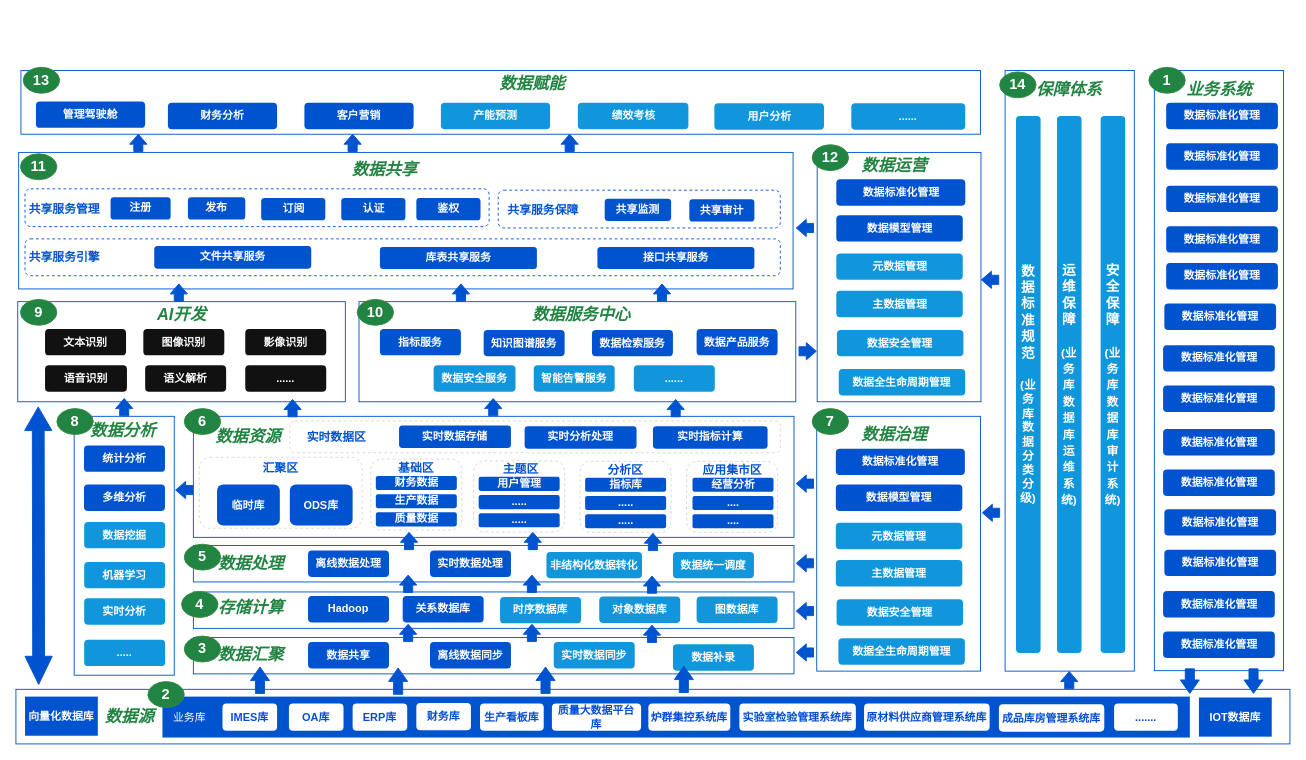
Earlier version of the draw.io diagram 数据.drawio (Niujieheng/GitHub_june). Source tidied: cells renumbered, new cells numbered last; positions are measured from the earlier drawing's top-left corner, leaving out a move shared by most shapes. Both pictures are drawn from the tidied source at 91%, with x=0, y=0 at pixel (15, 66).
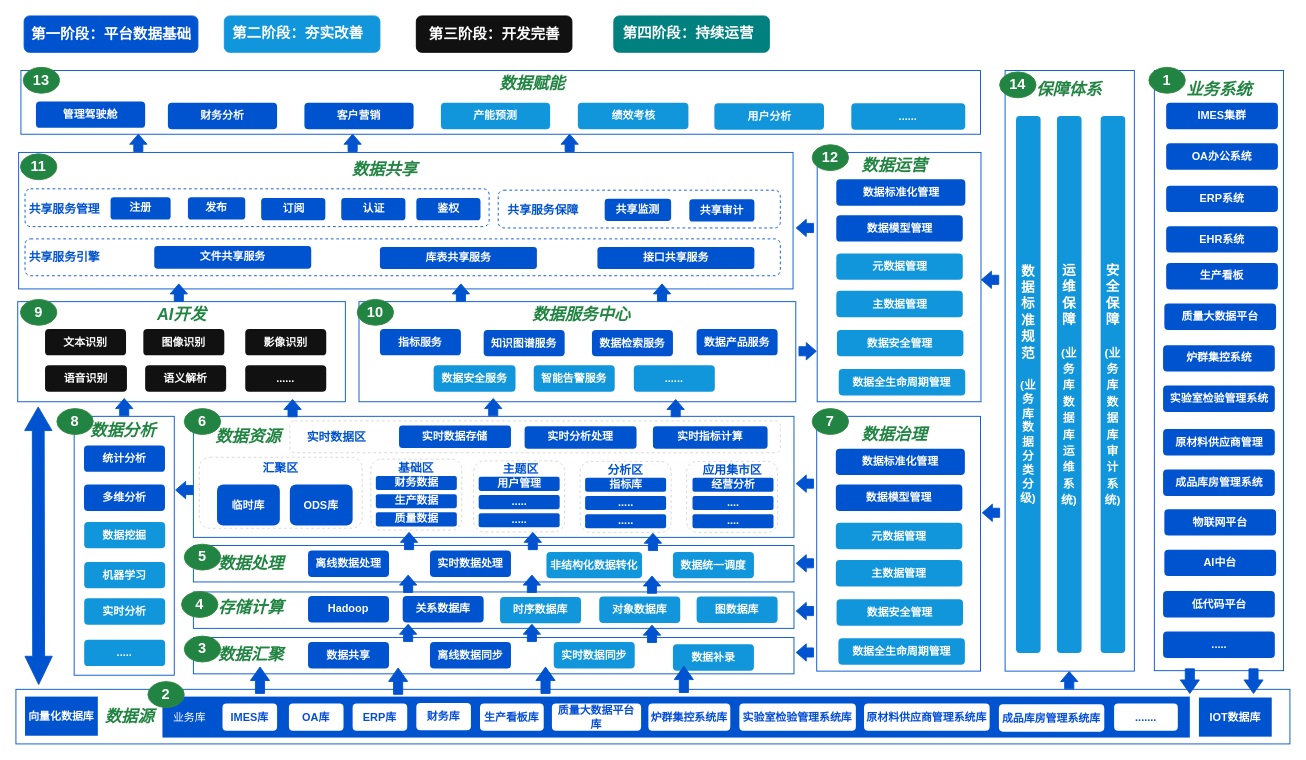
The same diagram, later.

Change to the diagram source:
```diff
@@
-    <mxCell id="143" value="&lt;font style=&quot;color: light-dark(rgb(255, 255, 255), rgb(237, 237, 237));&quot;&gt;&lt;b style=&quot;&quot;&gt;数据标准化管理&lt;/b&gt;&lt;/font&gt;" style="text;html=1;whiteSpace=wrap;strokeColor=none;fillColor=light-dark(#0053cf, #ededed);align=center;verticalAlign=middle;rounded=1;" parent="1" vertex="1">
+    <mxCell id="143" value="&lt;font style=&quot;color: light-dark(rgb(255, 255, 255), rgb(237, 237, 237));&quot;&gt;&lt;b style=&quot;&quot;&gt;IMES集群&lt;/b&gt;&lt;/font&gt;" style="text;html=1;whiteSpace=wrap;strokeColor=none;fillColor=light-dark(#0053cf, #ededed);align=center;verticalAlign=middle;rounded=1;" parent="1" vertex="1">
       <mxGeometry x="1264" y="40.5" width="122.8" height="29" as="geometry" />
     </mxCell>
-    <mxCell id="144" value="&lt;font style=&quot;color: light-dark(rgb(255, 255, 255), rgb(237, 237, 237));&quot;&gt;&lt;b style=&quot;&quot;&gt;数据标准化管理&lt;/b&gt;&lt;/font&gt;" style="text;html=1;whiteSpace=wrap;strokeColor=none;fillColor=light-dark(#0053cf, #ededed);align=center;verticalAlign=middle;rounded=1;" parent="1" vertex="1">
+    <mxCell id="144" value="&lt;font style=&quot;color: light-dark(rgb(255, 255, 255), rgb(237, 237, 237));&quot;&gt;&lt;b style=&quot;&quot;&gt;OA办公系统&lt;/b&gt;&lt;/font&gt;" style="text;html=1;whiteSpace=wrap;strokeColor=none;fillColor=light-dark(#0053cf, #ededed);align=center;verticalAlign=middle;rounded=1;" parent="1" vertex="1">
       <mxGeometry x="1264" y="85" width="122.8" height="29" as="geometry" />
     </mxCell>
-    <mxCell id="145" value="&lt;font style=&quot;color: light-dark(rgb(255, 255, 255), rgb(237, 237, 237));&quot;&gt;&lt;b style=&quot;&quot;&gt;数据标准化管理&lt;/b&gt;&lt;/font&gt;" style="text;html=1;whiteSpace=wrap;strokeColor=none;fillColor=light-dark(#0053cf, #ededed);align=center;verticalAlign=middle;rounded=1;" parent="1" vertex="1">
+    <mxCell id="145" value="&lt;font style=&quot;color: light-dark(rgb(255, 255, 255), rgb(237, 237, 237));&quot;&gt;&lt;b style=&quot;&quot;&gt;ERP系统&lt;/b&gt;&lt;/font&gt;" style="text;html=1;whiteSpace=wrap;strokeColor=none;fillColor=light-dark(#0053cf, #ededed);align=center;verticalAlign=middle;rounded=1;" parent="1" vertex="1">
       <mxGeometry x="1264" y="131.5" width="122.8" height="29" as="geometry" />
     </mxCell>
-    <mxCell id="146" value="&lt;font style=&quot;color: light-dark(rgb(255, 255, 255), rgb(237, 237, 237));&quot;&gt;&lt;b style=&quot;&quot;&gt;数据标准化管理&lt;/b&gt;&lt;/font&gt;" style="text;html=1;whiteSpace=wrap;strokeColor=none;fillColor=light-dark(#0053cf, #ededed);align=center;verticalAlign=middle;rounded=1;" parent="1" vertex="1">
+    <mxCell id="146" value="&lt;font style=&quot;color: light-dark(rgb(255, 255, 255), rgb(237, 237, 237));&quot;&gt;&lt;b style=&quot;&quot;&gt;EHR系统&lt;/b&gt;&lt;/font&gt;" style="text;html=1;whiteSpace=wrap;strokeColor=none;fillColor=light-dark(#0053cf, #ededed);align=center;verticalAlign=middle;rounded=1;" parent="1" vertex="1">
       <mxGeometry x="1264" y="176" width="122.8" height="29" as="geometry" />
     </mxCell>
-    <mxCell id="147" value="&lt;font style=&quot;color: light-dark(rgb(255, 255, 255), rgb(237, 237, 237));&quot;&gt;&lt;b style=&quot;&quot;&gt;数据标准化管理&lt;/b&gt;&lt;/font&gt;" style="text;html=1;whiteSpace=wrap;strokeColor=none;fillColor=light-dark(#0053cf, #ededed);align=center;verticalAlign=middle;rounded=1;" parent="1" vertex="1">
+    <mxCell id="147" value="&lt;font color=&quot;#ffffff&quot;&gt;&lt;b&gt;生产看板&lt;/b&gt;&lt;/font&gt;" style="text;html=1;whiteSpace=wrap;strokeColor=none;fillColor=light-dark(#0053cf, #ededed);align=center;verticalAlign=middle;rounded=1;" parent="1" vertex="1">
       <mxGeometry x="1264" y="216.5" width="122.8" height="29" as="geometry" />
     </mxCell>
-    <mxCell id="148" value="&lt;font style=&quot;color: light-dark(rgb(255, 255, 255), rgb(237, 237, 237));&quot;&gt;&lt;b style=&quot;&quot;&gt;数据标准化管理&lt;/b&gt;&lt;/font&gt;" style="text;html=1;whiteSpace=wrap;strokeColor=none;fillColor=light-dark(#0053cf, #ededed);align=center;verticalAlign=middle;rounded=1;" parent="1" vertex="1">
+    <mxCell id="148" value="&lt;font style=&quot;color: light-dark(rgb(255, 255, 255), rgb(237, 237, 237));&quot;&gt;&lt;b style=&quot;&quot;&gt;质量大数据平台&lt;/b&gt;&lt;/font&gt;" style="text;html=1;whiteSpace=wrap;strokeColor=none;fillColor=light-dark(#0053cf, #ededed);align=center;verticalAlign=middle;rounded=1;" parent="1" vertex="1">
       <mxGeometry x="1262" y="261" width="122.8" height="29" as="geometry" />
     </mxCell>
-    <mxCell id="149" value="&lt;font style=&quot;color: light-dark(rgb(255, 255, 255), rgb(237, 237, 237));&quot;&gt;&lt;b style=&quot;&quot;&gt;数据标准化管理&lt;/b&gt;&lt;/font&gt;" style="text;html=1;whiteSpace=wrap;strokeColor=none;fillColor=light-dark(#0053cf, #ededed);align=center;verticalAlign=middle;rounded=1;" parent="1" vertex="1">
+    <mxCell id="149" value="&lt;font style=&quot;color: light-dark(rgb(255, 255, 255), rgb(237, 237, 237));&quot;&gt;&lt;b style=&quot;&quot;&gt;炉群集控系统&lt;/b&gt;&lt;/font&gt;" style="text;html=1;whiteSpace=wrap;strokeColor=none;fillColor=light-dark(#0053cf, #ededed);align=center;verticalAlign=middle;rounded=1;" parent="1" vertex="1">
       <mxGeometry x="1260.6" y="306.8" width="122.8" height="29" as="geometry" />
     </mxCell>
-    <mxCell id="150" value="&lt;font style=&quot;color: light-dark(rgb(255, 255, 255), rgb(237, 237, 237));&quot;&gt;&lt;b style=&quot;&quot;&gt;数据标准化管理&lt;/b&gt;&lt;/font&gt;" style="text;html=1;whiteSpace=wrap;strokeColor=none;fillColor=light-dark(#0053cf, #ededed);align=center;verticalAlign=middle;rounded=1;" parent="1" vertex="1">
+    <mxCell id="150" value="&lt;font style=&quot;color: light-dark(rgb(255, 255, 255), rgb(237, 237, 237));&quot;&gt;&lt;b style=&quot;&quot;&gt;实验室检验管理系统&lt;/b&gt;&lt;/font&gt;" style="text;html=1;whiteSpace=wrap;strokeColor=none;fillColor=light-dark(#0053cf, #ededed);align=center;verticalAlign=middle;rounded=1;" parent="1" vertex="1">
       <mxGeometry x="1260.6" y="351.2" width="122.8" height="29" as="geometry" />
     </mxCell>
-    <mxCell id="151" value="&lt;font style=&quot;color: light-dark(rgb(255, 255, 255), rgb(237, 237, 237));&quot;&gt;&lt;b style=&quot;&quot;&gt;数据标准化管理&lt;/b&gt;&lt;/font&gt;" style="text;html=1;whiteSpace=wrap;strokeColor=none;fillColor=light-dark(#0053cf, #ededed);align=center;verticalAlign=middle;rounded=1;" parent="1" vertex="1">
+    <mxCell id="151" value="&lt;font style=&quot;color: light-dark(rgb(255, 255, 255), rgb(237, 237, 237));&quot;&gt;&lt;b style=&quot;&quot;&gt;原材料供应商管理&lt;/b&gt;&lt;/font&gt;" style="text;html=1;whiteSpace=wrap;strokeColor=none;fillColor=light-dark(#0053cf, #ededed);align=center;verticalAlign=middle;rounded=1;" parent="1" vertex="1">
       <mxGeometry x="1260.6" y="399" width="122.8" height="29" as="geometry" />
     </mxCell>
-    <mxCell id="152" value="&lt;font style=&quot;color: light-dark(rgb(255, 255, 255), rgb(237, 237, 237));&quot;&gt;&lt;b style=&quot;&quot;&gt;数据标准化管理&lt;/b&gt;&lt;/font&gt;" style="text;html=1;whiteSpace=wrap;strokeColor=none;fillColor=light-dark(#0053cf, #ededed);align=center;verticalAlign=middle;rounded=1;" parent="1" vertex="1">
+    <mxCell id="152" value="&lt;font style=&quot;color: light-dark(rgb(255, 255, 255), rgb(237, 237, 237));&quot;&gt;&lt;b style=&quot;&quot;&gt;成品库房管理系统&lt;/b&gt;&lt;/font&gt;" style="text;html=1;whiteSpace=wrap;strokeColor=none;fillColor=light-dark(#0053cf, #ededed);align=center;verticalAlign=middle;rounded=1;" parent="1" vertex="1">
       <mxGeometry x="1260.6" y="443.5" width="122.8" height="29" as="geometry" />
     </mxCell>
-    <mxCell id="153" value="&lt;font style=&quot;color: light-dark(rgb(255, 255, 255), rgb(237, 237, 237));&quot;&gt;&lt;b style=&quot;&quot;&gt;数据标准化管理&lt;/b&gt;&lt;/font&gt;" style="text;html=1;whiteSpace=wrap;strokeColor=none;fillColor=light-dark(#0053cf, #ededed);align=center;verticalAlign=middle;rounded=1;" parent="1" vertex="1">
+    <mxCell id="153" value="&lt;font style=&quot;color: light-dark(rgb(255, 255, 255), rgb(237, 237, 237));&quot;&gt;&lt;b style=&quot;&quot;&gt;物联网平台&lt;/b&gt;&lt;/font&gt;" style="text;html=1;whiteSpace=wrap;strokeColor=none;fillColor=light-dark(#0053cf, #ededed);align=center;verticalAlign=middle;rounded=1;" parent="1" vertex="1">
       <mxGeometry x="1262" y="487" width="122.8" height="29" as="geometry" />
     </mxCell>
-    <mxCell id="154" value="&lt;font style=&quot;color: light-dark(rgb(255, 255, 255), rgb(237, 237, 237));&quot;&gt;&lt;b style=&quot;&quot;&gt;数据标准化管理&lt;/b&gt;&lt;/font&gt;" style="text;html=1;whiteSpace=wrap;strokeColor=none;fillColor=light-dark(#0053cf, #ededed);align=center;verticalAlign=middle;rounded=1;" parent="1" vertex="1">
+    <mxCell id="154" value="&lt;font style=&quot;color: light-dark(rgb(255, 255, 255), rgb(237, 237, 237));&quot;&gt;&lt;b style=&quot;&quot;&gt;AI中台&lt;/b&gt;&lt;/font&gt;" style="text;html=1;whiteSpace=wrap;strokeColor=none;fillColor=light-dark(#0053cf, #ededed);align=center;verticalAlign=middle;rounded=1;" parent="1" vertex="1">
       <mxGeometry x="1262" y="531.5" width="122.8" height="29" as="geometry" />
     </mxCell>
-    <mxCell id="155" value="&lt;font style=&quot;color: light-dark(rgb(255, 255, 255), rgb(237, 237, 237));&quot;&gt;&lt;b style=&quot;&quot;&gt;数据标准化管理&lt;/b&gt;&lt;/font&gt;" style="text;html=1;whiteSpace=wrap;strokeColor=none;fillColor=light-dark(#0053cf, #ededed);align=center;verticalAlign=middle;rounded=1;" parent="1" vertex="1">
+    <mxCell id="155" value="&lt;font style=&quot;color: light-dark(rgb(255, 255, 255), rgb(237, 237, 237));&quot;&gt;&lt;b style=&quot;&quot;&gt;低代码平台&lt;/b&gt;&lt;/font&gt;" style="text;html=1;whiteSpace=wrap;strokeColor=none;fillColor=light-dark(#0053cf, #ededed);align=center;verticalAlign=middle;rounded=1;" parent="1" vertex="1">
       <mxGeometry x="1260.6" y="577" width="122.8" height="29" as="geometry" />
     </mxCell>
-    <mxCell id="156" value="&lt;font style=&quot;color: light-dark(rgb(255, 255, 255), rgb(237, 237, 237));&quot;&gt;&lt;b style=&quot;&quot;&gt;数据标准化管理&lt;/b&gt;&lt;/font&gt;" style="text;html=1;whiteSpace=wrap;strokeColor=none;fillColor=light-dark(#0053cf, #ededed);align=center;verticalAlign=middle;rounded=1;" parent="1" vertex="1">
+    <mxCell id="156" value="&lt;font color=&quot;#ffffff&quot;&gt;&lt;b&gt;.....&lt;/b&gt;&lt;/font&gt;" style="text;html=1;whiteSpace=wrap;strokeColor=none;fillColor=light-dark(#0053cf, #ededed);align=center;verticalAlign=middle;rounded=1;" parent="1" vertex="1">
       <mxGeometry x="1260.6" y="621.5" width="122.8" height="29" as="geometry" />
     </mxCell>
@@
+    <mxCell id="238" style="rounded=1;whiteSpace=wrap;html=1;fillColor=light-dark(#0053cf, #ededed);strokeColor=light-dark(#0053cf, #ededed);" parent="1" vertex="1">
+      <mxGeometry x="9" y="-55" width="191" height="40" as="geometry" />
+    </mxCell>
+    <mxCell id="239" style="rounded=1;whiteSpace=wrap;html=1;strokeColor=light-dark(#1196db, #ededed);fillColor=light-dark(#1196db, #ededed);gradientColor=none;" parent="1" vertex="1">
+      <mxGeometry x="229" y="-55" width="171" height="40" as="geometry" />
+    </mxCell>
+    <mxCell id="240" style="rounded=1;whiteSpace=wrap;html=1;fillColor=light-dark(#111111, #ededed);" parent="1" vertex="1">
+      <mxGeometry x="440" y="-55" width="171" height="40" as="geometry" />
+    </mxCell>
+    <mxCell id="241" style="rounded=1;whiteSpace=wrap;html=1;fillColor=light-dark(#00807f, #ededed);gradientColor=none;strokeColor=light-dark(#00807f, #ededed);" parent="1" vertex="1">
+      <mxGeometry x="657" y="-55" width="171" height="40" as="geometry" />
+    </mxCell>
+    <mxCell id="242" value="&lt;b&gt;&lt;font style=&quot;font-size: 16px; color: light-dark(rgb(255, 255, 255), rgb(237, 237, 237));&quot;&gt;第一阶段：平台数据基础&lt;/font&gt;&lt;/b&gt;" style="text;html=1;whiteSpace=wrap;strokeColor=none;fillColor=none;align=center;verticalAlign=middle;rounded=0;" parent="1" vertex="1">
+      <mxGeometry x="16" y="-50" width="178" height="30" as="geometry" />
+    </mxCell>
+    <mxCell id="243" value="&lt;b&gt;&lt;font style=&quot;font-size: 16px; color: light-dark(rgb(255, 255, 255), rgb(237, 237, 237));&quot;&gt;第二阶段：夯实改善&lt;/font&gt;&lt;/b&gt;" style="text;html=1;whiteSpace=wrap;strokeColor=none;fillColor=none;align=center;verticalAlign=middle;rounded=0;" parent="1" vertex="1">
+      <mxGeometry x="231" y="-51" width="158" height="30" as="geometry" />
+    </mxCell>
+    <mxCell id="244" value="&lt;b&gt;&lt;font style=&quot;font-size: 16px; color: light-dark(rgb(255, 255, 255), rgb(237, 237, 237));&quot;&gt;第三阶段：开发完善&lt;/font&gt;&lt;/b&gt;" style="text;html=1;whiteSpace=wrap;strokeColor=none;fillColor=none;align=center;verticalAlign=middle;rounded=0;" parent="1" vertex="1">
+      <mxGeometry x="446.5" y="-50" width="158" height="30" as="geometry" />
+    </mxCell>
+    <mxCell id="245" value="&lt;b&gt;&lt;font style=&quot;font-size: 16px; color: light-dark(rgb(250, 250, 250), rgb(237, 237, 237));&quot;&gt;第四阶段：持续运营&lt;/font&gt;&lt;/b&gt;" style="text;html=1;whiteSpace=wrap;strokeColor=none;fillColor=none;align=center;verticalAlign=middle;rounded=0;" parent="1" vertex="1">
+      <mxGeometry x="660" y="-51" width="158" height="30" as="geometry" />
+    </mxCell>
```
